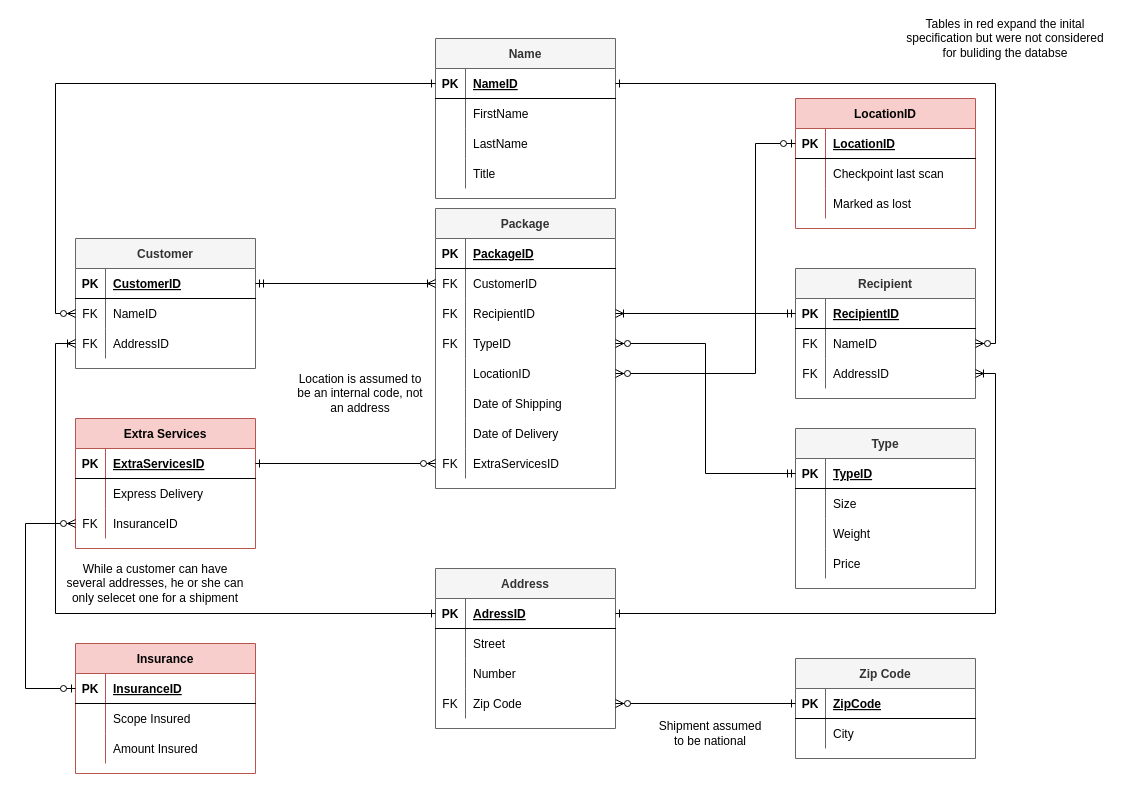
Above: page "Step-4 (Bonus)" (5 of 5) of MailDeliveryServices.drawio in 20180912/CFLMS-Mark-CodeReview-09 (draw.io), before the change. Source tidied: cells renumbered, new cells numbered last; positions are measured from the earlier drawing's top-left corner, leaving out a move shared by most shapes. Both pictures are drawn from the tidied source at 100%, with x=0, y=0 at pixel (25, 18).
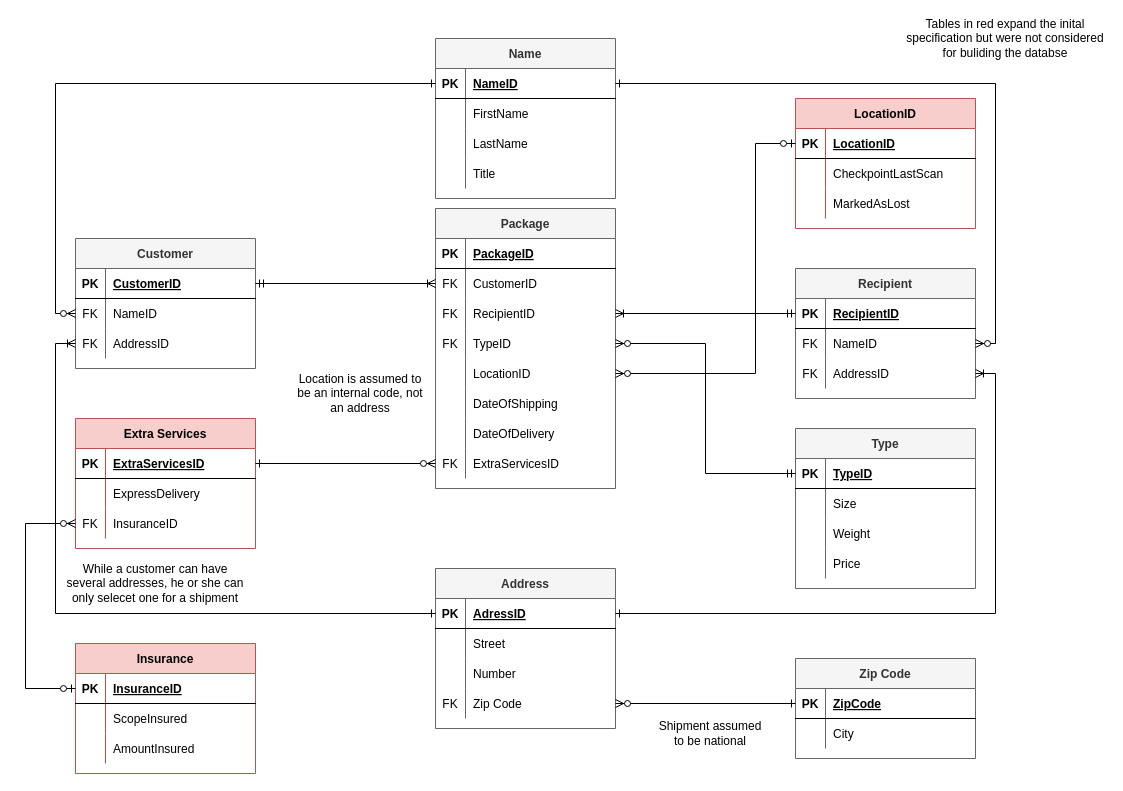
The same page after the edit.

The change refers to these unchanged cells:
```xml
<mxCell id="18" style="shape=partialRectangle;fillColor=none;top=0;left=0;bottom=0;right=0;" parent="2" vertex="1">
  <mxGeometry y="180" width="180" height="30" as="geometry" />
</mxCell>
<mxCell id="21" style="shape=partialRectangle;fillColor=none;top=0;left=0;bottom=0;right=0;" parent="2" vertex="1">
  <mxGeometry y="210" width="180" height="30" as="geometry" />
</mxCell>
<mxCell id="108" style="shape=partialRectangle;fillColor=none;top=0;left=0;bottom=0;right=0;" parent="104" vertex="1">
  <mxGeometry y="60" width="180" height="30" as="geometry" />
</mxCell>
<mxCell id="118" style="shape=partialRectangle;fillColor=none;top=0;left=0;bottom=0;right=0;" parent="114" vertex="1">
  <mxGeometry y="60" width="180" height="30" as="geometry" />
</mxCell>
<mxCell id="121" style="shape=partialRectangle;fillColor=none;top=0;left=0;bottom=0;right=0;" parent="114" vertex="1">
  <mxGeometry y="90" width="180" height="30" as="geometry" />
</mxCell>
<mxCell id="130" style="shape=partialRectangle;fillColor=none;top=0;left=0;bottom=0;right=0;" parent="126" vertex="1">
  <mxGeometry y="60" width="180" height="30" as="geometry" />
</mxCell>
<mxCell id="133" style="shape=partialRectangle;fillColor=none;top=0;left=0;bottom=0;right=0;" parent="126" vertex="1">
  <mxGeometry y="90" width="180" height="30" as="geometry" />
</mxCell>
```

Diff of the diagram source:
```diff
@@
-    <mxCell id="20" value="Date of Shipping" style="shape=partialRectangle;fillColor=none;top=0;left=0;bottom=0;right=0;align=left;spacingLeft=6;overflow=hidden;" parent="18" vertex="1">
+    <mxCell id="20" value="DateOfShipping" style="shape=partialRectangle;fillColor=none;top=0;left=0;bottom=0;right=0;align=left;spacingLeft=6;overflow=hidden;" parent="18" vertex="1">
       <mxGeometry x="30" width="150" height="30" as="geometry" />
     </mxCell>
@@
-    <mxCell id="23" value="Date of Delivery" style="shape=partialRectangle;fillColor=none;top=0;left=0;bottom=0;right=0;align=left;spacingLeft=6;overflow=hidden;" parent="21" vertex="1">
+    <mxCell id="23" value="DateOfDelivery" style="shape=partialRectangle;fillColor=none;top=0;left=0;bottom=0;right=0;align=left;spacingLeft=6;overflow=hidden;" parent="21" vertex="1">
       <mxGeometry x="30" width="150" height="30" as="geometry" />
     </mxCell>
@@
-    <mxCell id="110" value="Express Delivery" style="shape=partialRectangle;fillColor=none;top=0;left=0;bottom=0;right=0;align=left;spacingLeft=6;overflow=hidden;" parent="108" vertex="1">
+    <mxCell id="110" value="ExpressDelivery" style="shape=partialRectangle;fillColor=none;top=0;left=0;bottom=0;right=0;align=left;spacingLeft=6;overflow=hidden;" parent="108" vertex="1">
       <mxGeometry x="30" width="150" height="30" as="geometry" />
     </mxCell>
@@
-    <mxCell id="120" value="Scope Insured" style="shape=partialRectangle;fillColor=none;top=0;left=0;bottom=0;right=0;align=left;spacingLeft=6;overflow=hidden;" parent="118" vertex="1">
+    <mxCell id="120" value="ScopeInsured" style="shape=partialRectangle;fillColor=none;top=0;left=0;bottom=0;right=0;align=left;spacingLeft=6;overflow=hidden;" parent="118" vertex="1">
       <mxGeometry x="30" width="150" height="30" as="geometry" />
     </mxCell>
@@
-    <mxCell id="123" value="Amount Insured" style="shape=partialRectangle;fillColor=none;top=0;left=0;bottom=0;right=0;align=left;spacingLeft=6;overflow=hidden;" parent="121" vertex="1">
+    <mxCell id="123" value="AmountInsured" style="shape=partialRectangle;fillColor=none;top=0;left=0;bottom=0;right=0;align=left;spacingLeft=6;overflow=hidden;" parent="121" vertex="1">
       <mxGeometry x="30" width="150" height="30" as="geometry" />
     </mxCell>
@@
-    <mxCell id="132" value="Checkpoint last scan" style="shape=partialRectangle;fillColor=none;top=0;left=0;bottom=0;right=0;align=left;spacingLeft=6;overflow=hidden;" parent="130" vertex="1">
+    <mxCell id="132" value="CheckpointLastScan" style="shape=partialRectangle;fillColor=none;top=0;left=0;bottom=0;right=0;align=left;spacingLeft=6;overflow=hidden;" parent="130" vertex="1">
       <mxGeometry x="30" width="150" height="30" as="geometry" />
     </mxCell>
@@
-    <mxCell id="135" value="Marked as lost" style="shape=partialRectangle;fillColor=none;top=0;left=0;bottom=0;right=0;align=left;spacingLeft=6;overflow=hidden;" parent="133" vertex="1">
+    <mxCell id="135" value="MarkedAsLost" style="shape=partialRectangle;fillColor=none;top=0;left=0;bottom=0;right=0;align=left;spacingLeft=6;overflow=hidden;" parent="133" vertex="1">
       <mxGeometry x="30" width="150" height="30" as="geometry" />
     </mxCell>
```
